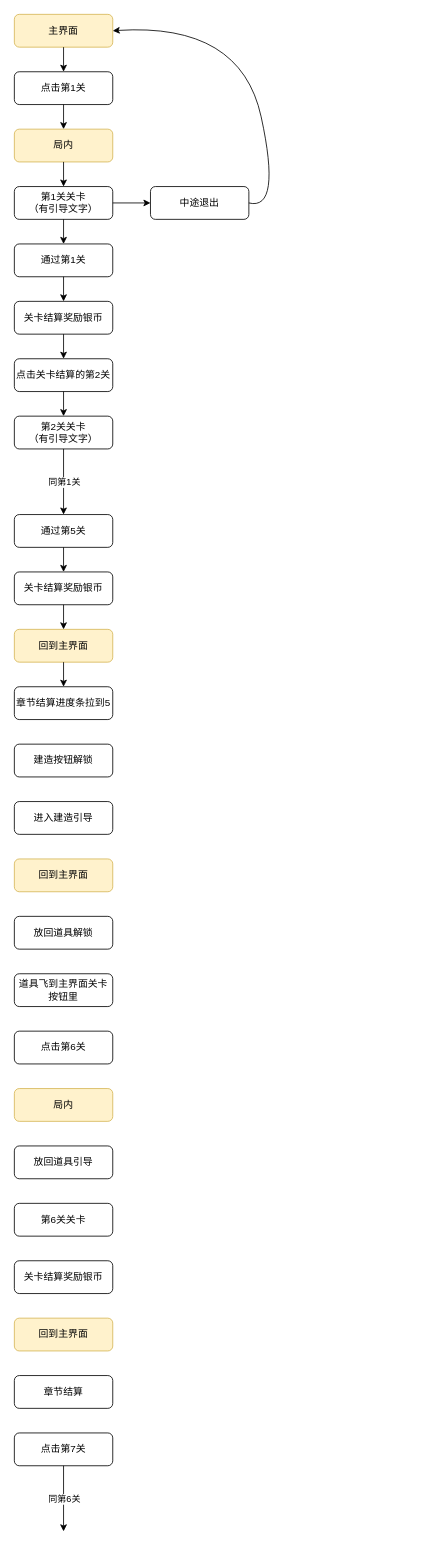
Earlier version of the draw.io diagram Untitled Diagram.drawio (friyal0730/sudoku). Source tidied: cells renumbered, new cells numbered last; positions are measured from the earlier drawing's top-left corner, leaving out a move shared by most shapes. Both pictures are drawn from the tidied source at 82%, with x=0, y=0 at pixel (14, 14).
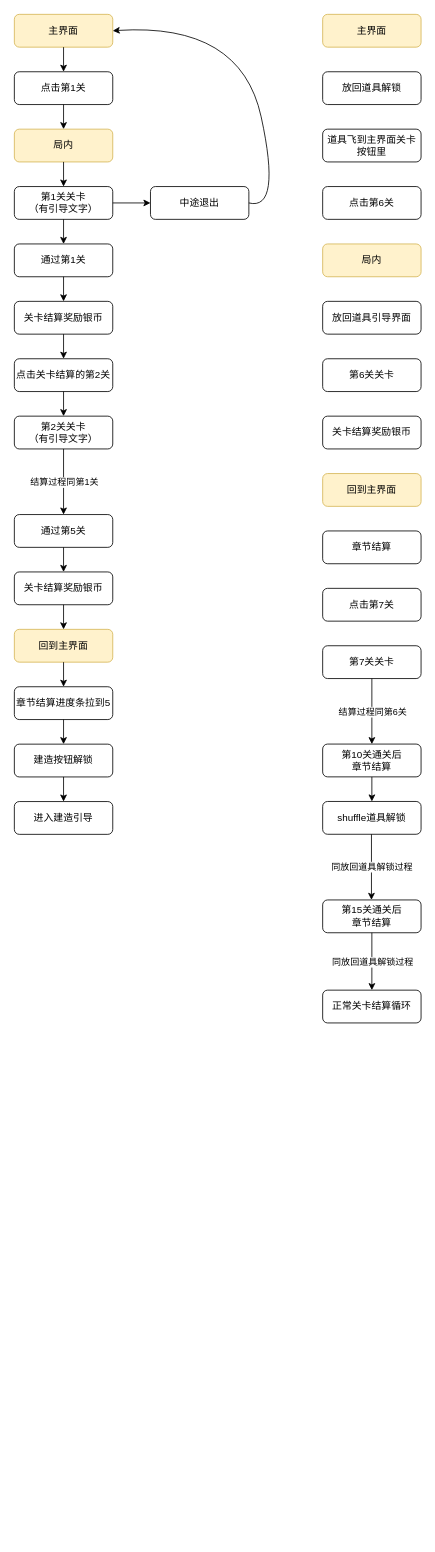
The same page after the edit.

The change refers to these unchanged cells:
```xml
<mxCell id="16" style="endArrow=classic;html=1;exitX=0.5;exitY=1;exitDx=0;exitDy=0;" parent="1" edge="1" source="9">
  <mxGeometry relative="1" as="geometry">
    <mxPoint x="60" y="610" as="targetPoint" />
  </mxGeometry>
</mxCell>
<mxCell id="25" value="章节结算进度条拉到5" style="rounded=1;whiteSpace=wrap;html=1;" parent="1" vertex="1">
  <mxGeometry y="820" width="120" height="40" as="geometry" />
</mxCell>
<mxCell id="29" value="建造按钮解锁" style="rounded=1;whiteSpace=wrap;html=1;" parent="1" vertex="1">
  <mxGeometry y="890" width="120" height="40" as="geometry" />
</mxCell>
<mxCell id="30" value="进入建造引导" style="rounded=1;whiteSpace=wrap;html=1;" parent="1" vertex="1">
  <mxGeometry y="960" width="120" height="40" as="geometry" />
</mxCell>
```

Diff of the diagram source:
```diff
@@
-    <mxCell id="17" value="同第1关" style="edgeLabel;html=1;align=center;verticalAlign=middle;" parent="16" vertex="1">
+    <mxCell id="17" value="结算过程同第1关" style="edgeLabel;html=1;align=center;verticalAlign=middle;" parent="16" vertex="1">
       <mxGeometry relative="1" as="geometry" />
     </mxCell>
@@
-    <mxCell id="31" value="回到主界面" style="rounded=1;whiteSpace=wrap;html=1;fillColor=#fff2cc;strokeColor=#d6b656;" parent="1" vertex="1">
-      <mxGeometry y="1030" width="120" height="40" as="geometry" />
-    </mxCell>
+    <mxCell id="44" value="主界面" style="rounded=1;whiteSpace=wrap;html=1;fillColor=#fff2cc;strokeColor=#d6b656;" parent="1" vertex="1">
+      <mxGeometry x="376" width="120" height="40" as="geometry" />
+    </mxCell>
     <mxCell id="32" value="放回道具解锁" style="rounded=1;whiteSpace=wrap;html=1;" parent="1" vertex="1">
-      <mxGeometry y="1100" width="120" height="40" as="geometry" />
+      <mxGeometry x="376" y="70" width="120" height="40" as="geometry" />
     </mxCell>
     <mxCell id="33" value="点击第6关" style="rounded=1;whiteSpace=wrap;html=1;" parent="1" vertex="1">
-      <mxGeometry y="1240" width="120" height="40" as="geometry" />
+      <mxGeometry x="376" y="210" width="120" height="40" as="geometry" />
     </mxCell>
     <mxCell id="34" value="局内" style="rounded=1;whiteSpace=wrap;html=1;fillColor=#fff2cc;strokeColor=#d6b656;" parent="1" vertex="1">
-      <mxGeometry y="1310" width="120" height="40" as="geometry" />
+      <mxGeometry x="376" y="280" width="120" height="40" as="geometry" />
     </mxCell>
     <mxCell id="35" value="道具飞到主界面关卡按钮里" style="rounded=1;whiteSpace=wrap;html=1;" parent="1" vertex="1">
-      <mxGeometry y="1170" width="120" height="40" as="geometry" />
+      <mxGeometry x="376" y="140" width="120" height="40" as="geometry" />
     </mxCell>
-    <mxCell id="36" value="放回道具引导" style="rounded=1;whiteSpace=wrap;html=1;" parent="1" vertex="1">
-      <mxGeometry y="1380" width="120" height="40" as="geometry" />
-    </mxCell>
+    <mxCell id="45" value="放回道具引导界面" style="rounded=1;whiteSpace=wrap;html=1;" parent="1" vertex="1">
+      <mxGeometry x="376" y="350" width="120" height="40" as="geometry" />
+    </mxCell>
     <mxCell id="37" value="第6关关卡" style="rounded=1;whiteSpace=wrap;html=1;" parent="1" vertex="1">
-      <mxGeometry y="1450" width="120" height="40" as="geometry" />
+      <mxGeometry x="376" y="420" width="120" height="40" as="geometry" />
     </mxCell>
     <mxCell id="38" value="关卡结算奖励银币" style="rounded=1;whiteSpace=wrap;html=1;" parent="1" vertex="1">
-      <mxGeometry y="1520" width="120" height="40" as="geometry" />
+      <mxGeometry x="376" y="490" width="120" height="40" as="geometry" />
     </mxCell>
-    <mxCell id="39" value="回到主界面" style="rounded=1;whiteSpace=wrap;html=1;fillColor=#fff2cc;strokeColor=#d6b656;" parent="1" vertex="1">
-      <mxGeometry y="1590" width="120" height="40" as="geometry" />
-    </mxCell>
+    <mxCell id="46" value="回到主界面" style="rounded=1;whiteSpace=wrap;html=1;fillColor=#fff2cc;strokeColor=#d6b656;" parent="1" vertex="1">
+      <mxGeometry x="376" y="560" width="120" height="40" as="geometry" />
+    </mxCell>
     <mxCell id="40" value="章节结算" style="rounded=1;whiteSpace=wrap;html=1;" parent="1" vertex="1">
-      <mxGeometry y="1660" width="120" height="40" as="geometry" />
+      <mxGeometry x="376" y="630" width="120" height="40" as="geometry" />
     </mxCell>
     <mxCell id="41" value="点击第7关" style="rounded=1;whiteSpace=wrap;html=1;" parent="1" vertex="1">
-      <mxGeometry y="1730" width="120" height="40" as="geometry" />
+      <mxGeometry x="376" y="700" width="120" height="40" as="geometry" />
     </mxCell>
-    <mxCell id="42" style="endArrow=classic;html=1;exitX=0.5;exitY=1;exitDx=0;exitDy=0;" parent="1" edge="1" source="41">
-      <mxGeometry relative="1" as="geometry">
-        <mxPoint x="60" y="1850" as="targetPoint" />
-      </mxGeometry>
-    </mxCell>
-    <mxCell id="43" value="同第6关" style="edgeLabel;html=1;align=center;verticalAlign=middle;" parent="42" vertex="1">
-      <mxGeometry relative="1" as="geometry" />
-    </mxCell>
+    <mxCell id="47" value="第10关通关后&lt;br&gt;章节结算" style="rounded=1;whiteSpace=wrap;html=1;" parent="1" vertex="1">
+      <mxGeometry x="376" y="889.9" width="120" height="40" as="geometry" />
+    </mxCell>
+    <mxCell id="48" value="shuffle道具解锁" style="rounded=1;whiteSpace=wrap;html=1;" parent="1" vertex="1">
+      <mxGeometry x="376" y="959.9" width="120" height="40" as="geometry" />
+    </mxCell>
+    <mxCell id="49" style="endArrow=classic;html=1;exitX=0.5;exitY=1;exitDx=0;exitDy=0;" parent="1" edge="1">
+      <mxGeometry relative="1" as="geometry">
+        <mxPoint x="435.5" y="999.9" as="sourcePoint" />
+        <mxPoint x="435.5" y="1079.9" as="targetPoint" />
+      </mxGeometry>
+    </mxCell>
+    <mxCell id="50" value="同放回道具解锁过程" style="edgeLabel;html=1;align=center;verticalAlign=middle;" parent="49" vertex="1">
+      <mxGeometry relative="1" as="geometry" />
+    </mxCell>
+    <mxCell id="51" value="第7关关卡" style="rounded=1;whiteSpace=wrap;html=1;" parent="1" vertex="1">
+      <mxGeometry x="376" y="770" width="120" height="40" as="geometry" />
+    </mxCell>
+    <mxCell id="52" style="endArrow=classic;html=1;exitX=0.5;exitY=1;exitDx=0;exitDy=0;" parent="1" edge="1" source="51">
+      <mxGeometry relative="1" as="geometry">
+        <mxPoint x="436" y="890" as="targetPoint" />
+      </mxGeometry>
+    </mxCell>
+    <mxCell id="53" value="结算过程同第6关" style="edgeLabel;html=1;align=center;verticalAlign=middle;" parent="52" vertex="1">
+      <mxGeometry relative="1" as="geometry" />
+    </mxCell>
+    <mxCell id="54" style="endArrow=classic;html=1;entryX=0.5;entryY=0;entryDx=0;entryDy=0;exitX=0.5;exitY=1;exitDx=0;exitDy=0;" parent="1" edge="1" source="25" target="29">
+      <mxGeometry relative="1" as="geometry" />
+    </mxCell>
+    <mxCell id="55" style="endArrow=classic;html=1;entryX=0.5;entryY=0;entryDx=0;entryDy=0;exitX=0.5;exitY=1;exitDx=0;exitDy=0;" parent="1" edge="1" source="29" target="30">
+      <mxGeometry relative="1" as="geometry" />
+    </mxCell>
+    <mxCell id="56" style="endArrow=classic;html=1;entryX=0.5;entryY=0;entryDx=0;entryDy=0;" parent="1" edge="1" target="48">
+      <mxGeometry relative="1" as="geometry">
+        <mxPoint x="436" y="930" as="sourcePoint" />
+      </mxGeometry>
+    </mxCell>
+    <mxCell id="57" value="第15关通关后&lt;br&gt;章节结算" style="rounded=1;whiteSpace=wrap;html=1;" parent="1" vertex="1">
+      <mxGeometry x="376" y="1080" width="120" height="40" as="geometry" />
+    </mxCell>
+    <mxCell id="58" style="endArrow=classic;html=1;exitX=0.5;exitY=1;exitDx=0;exitDy=0;" parent="1" edge="1" source="57">
+      <mxGeometry relative="1" as="geometry">
+        <mxPoint x="436" y="1190" as="targetPoint" />
+      </mxGeometry>
+    </mxCell>
+    <mxCell id="59" value="同放回道具解锁过程" style="edgeLabel;html=1;align=center;verticalAlign=middle;" parent="58" vertex="1">
+      <mxGeometry relative="1" as="geometry" />
+    </mxCell>
+    <mxCell id="60" value="正常关卡结算循环" style="rounded=1;whiteSpace=wrap;html=1;" parent="1" vertex="1">
+      <mxGeometry x="376" y="1190" width="120" height="40" as="geometry" />
+    </mxCell>
```
